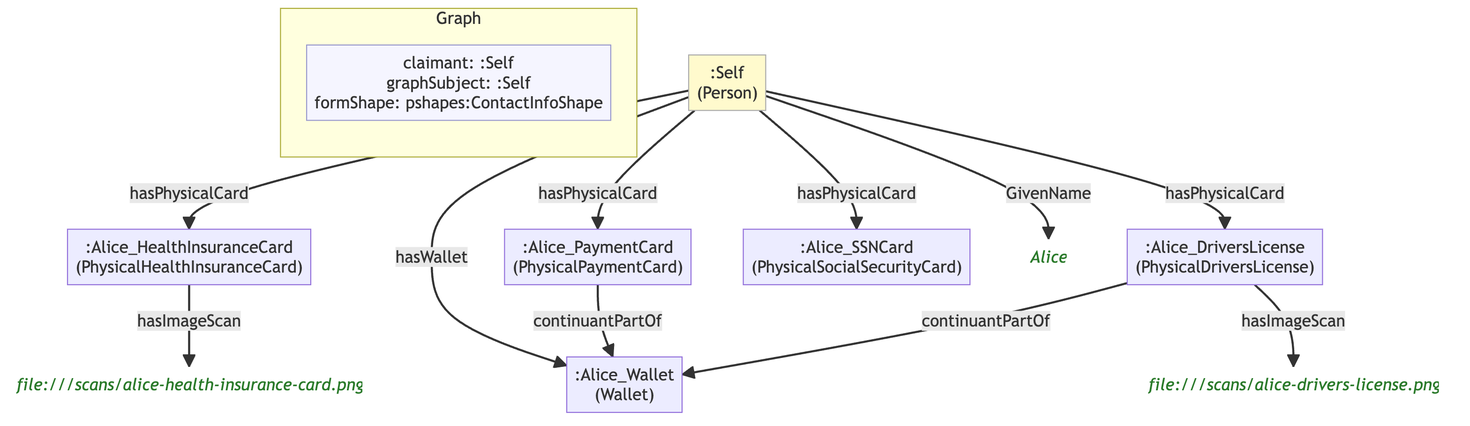
The Mermaid diagram example/graphs/images/graph-22.png in MeeFoundation/mia-ontologies, before a commit. Its source is kept beside it as example/graphs/images/graph-22.mmd. Source of this version:
```mermaid
flowchart TD
    classDef person fill:#fffacd,stroke:#aaa,color:#333
    classDef org    fill:#cce5ff,stroke:#aaa,color:#333
    classDef service fill:#e6e6e6,stroke:#aaa,color:#333
    classDef lit    fill:none,stroke:none,font-style:italic,color:#2a7a2a
    classDef meta   fill:#f5f5ff,stroke:#9999cc,color:#333

    subgraph ctx["Graph"]
        direction LR
        ctx_meta["claimant: :Self\ngraphSubject: :Self\nformShape: pshapes:ContactInfoShape"]:::meta
    end

    n0303611a7c60[":Alice_DriversLicense\n(PhysicalDriversLicense)"]
    nb98293d697a1[":Alice_Wallet\n(Wallet)"]
    neecb76977951("file:///scans/alice-drivers-license.png"):::lit
    nfe3c9ccef900[":Alice_HealthInsuranceCard\n(PhysicalHealthInsuranceCard)"]
    nb1cfdd713e7a("file:///scans/alice-health-insurance-card.png"):::lit
    n090977cab091[":Alice_PaymentCard\n(PhysicalPaymentCard)"]
    n13a319213254[":Alice_SSNCard\n(PhysicalSocialSecurityCard)"]
    n655e442e50be[":Self\n(Person)"]:::person
    ne7e186b4c869("Alice"):::lit

    n0303611a7c60 -->|"continuantPartOf"| nb98293d697a1
    n0303611a7c60 -->|"hasImageScan"| neecb76977951
    nfe3c9ccef900 -->|"hasImageScan"| nb1cfdd713e7a
    n090977cab091 -->|"continuantPartOf"| nb98293d697a1
    n655e442e50be -->|"GivenName"| ne7e186b4c869
    n655e442e50be -->|"hasWallet"| nb98293d697a1
    n655e442e50be -->|"hasPhysicalCard"| nfe3c9ccef900
    n655e442e50be -->|"hasPhysicalCard"| n13a319213254
    n655e442e50be -->|"hasPhysicalCard"| n0303611a7c60
    n655e442e50be -->|"hasPhysicalCard"| n090977cab091
```
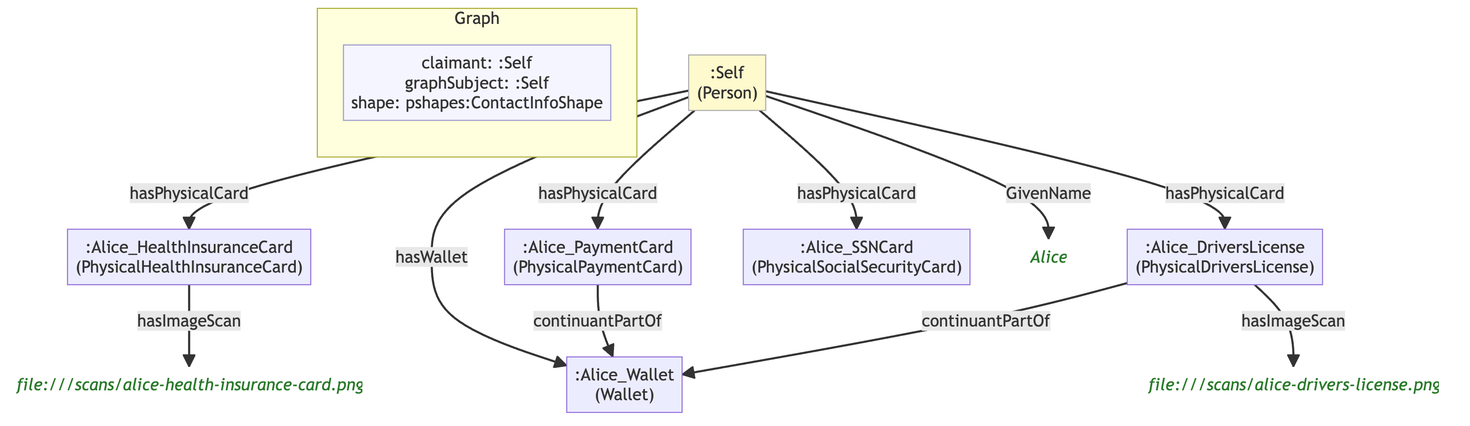
Above is the later version.

Change to the diagram source:
```diff
@@ -7,7 +7,7 @@
 
     subgraph ctx["Graph"]
         direction LR
-        ctx_meta["claimant: :Self\ngraphSubject: :Self\nformShape: pshapes:ContactInfoShape"]:::meta
+        ctx_meta["claimant: :Self\ngraphSubject: :Self\nshape: pshapes:ContactInfoShape"]:::meta
     end
 
     n0303611a7c60[":Alice_DriversLicense\n(PhysicalDriversLicense)"]
@@ -18,13 +18,13 @@
     n090977cab091[":Alice_PaymentCard\n(PhysicalPaymentCard)"]
     n13a319213254[":Alice_SSNCard\n(PhysicalSocialSecurityCard)"]
     n655e442e50be[":Self\n(Person)"]:::person
-    ne7e186b4c869("Alice"):::lit
+    n2d8aadd83f68("Alice"):::lit
 
     n0303611a7c60 -->|"continuantPartOf"| nb98293d697a1
     n0303611a7c60 -->|"hasImageScan"| neecb76977951
     nfe3c9ccef900 -->|"hasImageScan"| nb1cfdd713e7a
     n090977cab091 -->|"continuantPartOf"| nb98293d697a1
-    n655e442e50be -->|"GivenName"| ne7e186b4c869
+    n655e442e50be -->|"GivenName"| n2d8aadd83f68
     n655e442e50be -->|"hasWallet"| nb98293d697a1
     n655e442e50be -->|"hasPhysicalCard"| nfe3c9ccef900
     n655e442e50be -->|"hasPhysicalCard"| n13a319213254
```
